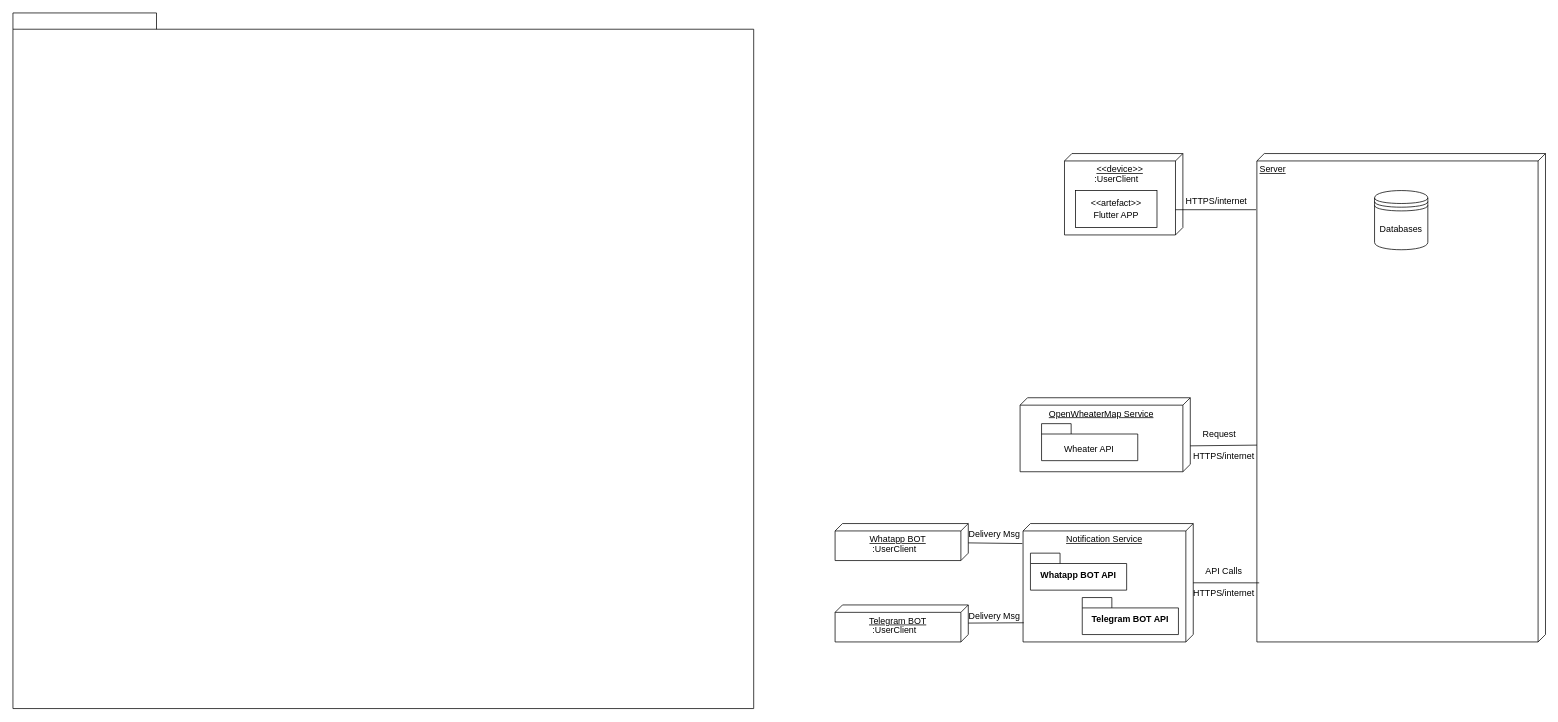
Before: Deployment-remindME.drawio in caturprasatya/TP-UML, a draw.io diagram. Source tidied: cells renumbered, new cells numbered last; positions are measured from the earlier drawing's top-left corner, leaving out a move shared by most shapes. Both pictures are drawn from the tidied source at 74%, with x=0, y=0 at pixel (13, 13).
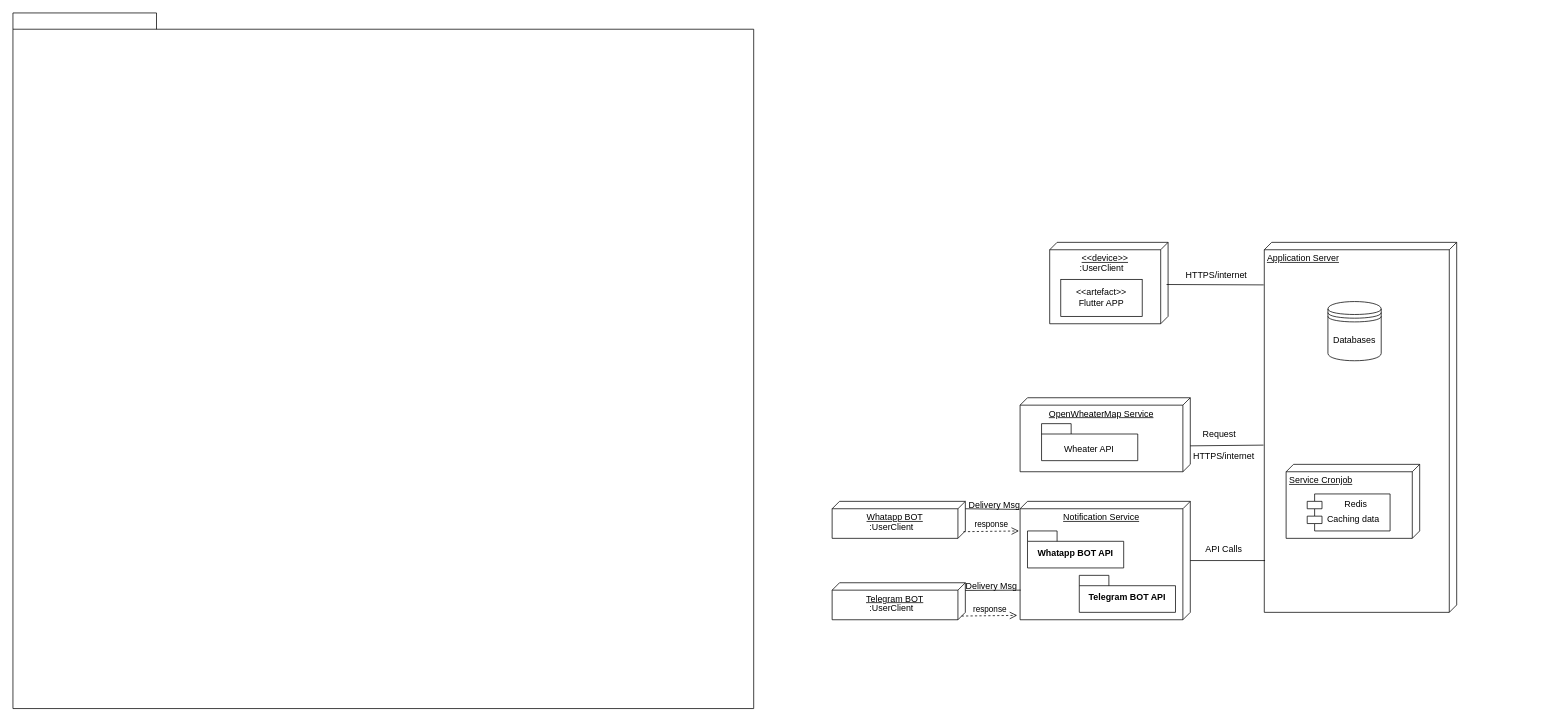
Above is the later version.

Commit message:
create service cronjob Deployment-remindME.drawio

Unchanged cells that the change refers to:
```xml
<mxCell id="23" value="OpenWheaterMap Service&lt;div&gt;&lt;br&gt;&lt;/div&gt;" style="verticalAlign=top;align=center;spacingTop=8;spacingLeft=2;spacingRight=12;shape=cube;size=10;direction=south;fontStyle=4;html=1;whiteSpace=wrap;" parent="1" vertex="1">
  <mxGeometry x="1361" y="520" width="230" height="100" as="geometry" />
</mxCell>
```

Change to the diagram source:
```diff
@@
-    <mxCell id="3" value="Server" style="verticalAlign=top;align=left;spacingTop=8;spacingLeft=2;spacingRight=12;shape=cube;size=10;direction=south;fontStyle=4;html=1;whiteSpace=wrap;" parent="1" vertex="1">
-      <mxGeometry x="1681" y="190" width="390" height="660" as="geometry" />
+    <mxCell id="3" value="Application Server" style="verticalAlign=top;align=left;spacingTop=8;spacingLeft=2;spacingRight=12;shape=cube;size=10;direction=south;fontStyle=4;html=1;whiteSpace=wrap;" parent="1" vertex="1">
+      <mxGeometry x="1691" y="310" width="260" height="500" as="geometry" />
     </mxCell>
     <mxCell id="4" value="&amp;lt;&amp;lt;device&amp;gt;&amp;gt;" style="verticalAlign=top;align=center;spacingTop=8;spacingLeft=2;spacingRight=12;shape=cube;size=10;direction=south;fontStyle=4;html=1;whiteSpace=wrap;" parent="1" vertex="1">
-      <mxGeometry x="1421" y="190" width="160" height="110" as="geometry" />
+      <mxGeometry x="1401" y="310" width="160" height="110" as="geometry" />
     </mxCell>
     <mxCell id="5" value=":UserClient" style="text;html=1;align=center;verticalAlign=middle;strokeColor=none;fillColor=none;" parent="1" vertex="1">
-      <mxGeometry x="1451" y="210" width="80" height="30" as="geometry" />
+      <mxGeometry x="1431" y="330" width="80" height="30" as="geometry" />
     </mxCell>
     <mxCell id="6" value="&amp;lt;&amp;lt;artefact&amp;gt;&amp;gt;&lt;div&gt;Flutter APP&lt;/div&gt;" style="html=1;whiteSpace=wrap;" parent="1" vertex="1">
-      <mxGeometry x="1436" y="240" width="110" height="50" as="geometry" />
+      <mxGeometry x="1416" y="360" width="110" height="50" as="geometry" />
     </mxCell>
-    <mxCell id="7" style="endArrow=none;html=1;rounded=0;entryX=0.69;entryY=0.063;entryDx=0;entryDy=0;entryPerimeter=0;exitX=0.115;exitY=1.003;exitDx=0;exitDy=0;exitPerimeter=0;" parent="1" edge="1" source="3" target="4">
+    <mxCell id="7" style="endArrow=none;html=1;rounded=0;exitX=0.115;exitY=1.003;exitDx=0;exitDy=0;exitPerimeter=0;entryX=0.518;entryY=0.013;entryDx=0;entryDy=0;entryPerimeter=0;" parent="1" edge="1" source="3" target="4">
       <mxGeometry relative="1" as="geometry" />
     </mxCell>
     <mxCell id="8" value="Notification Service" style="verticalAlign=top;align=center;spacingTop=8;spacingLeft=2;spacingRight=12;shape=cube;size=10;direction=south;fontStyle=4;html=1;whiteSpace=wrap;" parent="1" vertex="1">
-      <mxGeometry x="1365" y="690" width="230" height="160" as="geometry" />
+      <mxGeometry x="1361" y="660" width="230" height="160" as="geometry" />
     </mxCell>
     <mxCell id="9" value="Whatapp BOT API" style="shape=folder;fontStyle=1;spacingTop=10;tabWidth=40;tabHeight=14;tabPosition=left;html=1;whiteSpace=wrap;" parent="1" vertex="1">
-      <mxGeometry x="1375" y="730" width="130" height="50" as="geometry" />
+      <mxGeometry x="1371" y="700" width="130" height="50" as="geometry" />
     </mxCell>
     <mxCell id="10" value="Telegram BOT API" style="shape=folder;fontStyle=1;spacingTop=10;tabWidth=40;tabHeight=14;tabPosition=left;html=1;whiteSpace=wrap;" parent="1" vertex="1">
-      <mxGeometry x="1445" y="790" width="130" height="50" as="geometry" />
+      <mxGeometry x="1441" y="760" width="130" height="50" as="geometry" />
     </mxCell>
     <mxCell id="11" value="Whatapp BOT" style="verticalAlign=top;align=center;spacingTop=8;spacingLeft=2;spacingRight=12;shape=cube;size=10;direction=south;fontStyle=4;html=1;whiteSpace=wrap;" parent="1" vertex="1">
-      <mxGeometry x="1111" y="690" width="180" height="50" as="geometry" />
+      <mxGeometry x="1107" y="660" width="180" height="50" as="geometry" />
     </mxCell>
     <mxCell id="12" value=":UserClient" style="text;html=1;align=center;verticalAlign=middle;strokeColor=none;fillColor=none;" parent="1" vertex="1">
-      <mxGeometry x="1151" y="710" width="80" height="30" as="geometry" />
+      <mxGeometry x="1147" y="680" width="80" height="30" as="geometry" />
     </mxCell>
     <mxCell id="13" value="Telegram BOT" style="verticalAlign=top;align=center;spacingTop=8;spacingLeft=2;spacingRight=12;shape=cube;size=10;direction=south;fontStyle=4;html=1;whiteSpace=wrap;" parent="1" vertex="1">
-      <mxGeometry x="1111" y="800" width="180" height="50" as="geometry" />
+      <mxGeometry x="1107" y="770" width="180" height="50" as="geometry" />
     </mxCell>
     <mxCell id="14" value=":UserClient" style="text;html=1;align=center;verticalAlign=middle;strokeColor=none;fillColor=none;" parent="1" vertex="1">
-      <mxGeometry x="1151" y="820" width="80" height="30" as="geometry" />
+      <mxGeometry x="1147" y="790" width="80" height="30" as="geometry" />
     </mxCell>
     <mxCell id="15" value="Delivery Msg" style="text;html=1;align=center;verticalAlign=middle;strokeColor=none;fillColor=none;" parent="1" vertex="1">
-      <mxGeometry x="1281" y="800" width="90" height="30" as="geometry" />
+      <mxGeometry x="1277" y="760" width="90" height="30" as="geometry" />
     </mxCell>
-    <mxCell id="16" style="endArrow=none;html=1;rounded=0;exitX=0.838;exitY=0.996;exitDx=0;exitDy=0;exitPerimeter=0;" parent="1" edge="1" source="8" target="13">
-      <mxGeometry relative="1" as="geometry" />
+    <mxCell id="16" style="endArrow=none;html=1;rounded=0;exitX=0.838;exitY=0.996;exitDx=0;exitDy=0;exitPerimeter=0;" parent="1" edge="1">
+      <mxGeometry relative="1" as="geometry">
+        <mxPoint x="1361.9" y="780" as="sourcePoint" />
+        <mxPoint x="1287" y="780.4" as="targetPoint" />
+      </mxGeometry>
     </mxCell>
     <mxCell id="17" value="Delivery Msg" style="text;html=1;align=center;verticalAlign=middle;strokeColor=none;fillColor=none;" parent="1" vertex="1">
-      <mxGeometry x="1281" y="690" width="90" height="30" as="geometry" />
+      <mxGeometry x="1281" y="650" width="90" height="30" as="geometry" />
     </mxCell>
-    <mxCell id="18" style="endArrow=none;html=1;rounded=0;exitX=0.169;exitY=1.004;exitDx=0;exitDy=0;exitPerimeter=0;" parent="1" edge="1" source="8" target="11">
-      <mxGeometry relative="1" as="geometry" />
+    <mxCell id="18" style="endArrow=none;html=1;rounded=0;exitX=0.169;exitY=1.004;exitDx=0;exitDy=0;exitPerimeter=0;" parent="1" edge="1">
+      <mxGeometry relative="1" as="geometry">
+        <mxPoint x="1360.1" y="670.9" as="sourcePoint" />
+        <mxPoint x="1287" y="670" as="targetPoint" />
+      </mxGeometry>
     </mxCell>
-    <mxCell id="19" style="endArrow=none;html=1;rounded=0;exitX=0.879;exitY=0.992;exitDx=0;exitDy=0;exitPerimeter=0;" parent="1" edge="1" source="3" target="8">
+    <mxCell id="19" style="endArrow=none;html=1;rounded=0;exitX=0.86;exitY=0.996;exitDx=0;exitDy=0;exitPerimeter=0;" parent="1" edge="1" source="3" target="8">
       <mxGeometry relative="1" as="geometry" />
     </mxCell>
     <mxCell id="20" value="API Calls" style="text;html=1;align=center;verticalAlign=middle;strokeColor=none;fillColor=none;" parent="1" vertex="1">
-      <mxGeometry x="1601" y="740" width="70" height="30" as="geometry" />
+      <mxGeometry x="1601" y="710" width="70" height="30" as="geometry" />
     </mxCell>
     <mxCell id="21" value="Databases" style="shape=datastore;whiteSpace=wrap;html=1;" parent="1" vertex="1">
-      <mxGeometry x="1840" y="240" width="72" height="80" as="geometry" />
+      <mxGeometry x="1777" y="390" width="72" height="80" as="geometry" />
     </mxCell>
     <mxCell id="22" value="HTTPS/internet" style="text;html=1;align=center;verticalAlign=middle;strokeColor=none;fillColor=none;" parent="1" vertex="1">
-      <mxGeometry x="1571" y="240" width="110" height="30" as="geometry" />
+      <mxGeometry x="1571" y="340" width="110" height="30" as="geometry" />
     </mxCell>
@@
-    <mxCell id="26" value="HTTPS/internet" style="text;html=1;align=center;verticalAlign=middle;strokeColor=none;fillColor=none;" parent="1" vertex="1">
-      <mxGeometry x="1581" y="770" width="110" height="30" as="geometry" />
-    </mxCell>
-    <mxCell id="27" style="endArrow=none;html=1;rounded=0;exitX=0.65;exitY=0;exitDx=0;exitDy=0;exitPerimeter=0;entryX=0.597;entryY=1;entryDx=0;entryDy=0;entryPerimeter=0;" parent="1" edge="1" source="23" target="3">
+    <mxCell id="27" style="endArrow=none;html=1;rounded=0;exitX=0.65;exitY=0;exitDx=0;exitDy=0;exitPerimeter=0;entryX=0.548;entryY=1.004;entryDx=0;entryDy=0;entryPerimeter=0;" parent="1" edge="1" source="23" target="3">
       <mxGeometry relative="1" as="geometry" />
     </mxCell>
@@
+    <mxCell id="30" value="response" style="html=1;verticalAlign=bottom;endArrow=open;dashed=1;endSize=8;curved=0;rounded=0;entryX=0.963;entryY=1.017;entryDx=0;entryDy=0;entryPerimeter=0;exitX=0;exitY=0;exitDx=45;exitDy=5;exitPerimeter=0;" parent="1" edge="1" source="13" target="8">
+      <mxGeometry relative="1" as="geometry" />
+    </mxCell>
+    <mxCell id="31" value="response" style="html=1;verticalAlign=bottom;endArrow=open;dashed=1;endSize=8;curved=0;rounded=0;entryX=0.963;entryY=1.017;entryDx=0;entryDy=0;entryPerimeter=0;exitX=0;exitY=0;exitDx=45;exitDy=5;exitPerimeter=0;" parent="1" edge="1">
+      <mxGeometry relative="1" as="geometry">
+        <mxPoint x="1284.5" y="701" as="sourcePoint" />
+        <mxPoint x="1359.5" y="700" as="targetPoint" />
+      </mxGeometry>
+    </mxCell>
+    <mxCell id="32" value="Service Cronjob" style="verticalAlign=top;align=left;spacingTop=8;spacingLeft=2;spacingRight=12;shape=cube;size=10;direction=south;fontStyle=4;html=1;whiteSpace=wrap;" parent="1" vertex="1">
+      <mxGeometry x="1720.5" y="610" width="180.5" height="100" as="geometry" />
+    </mxCell>
+    <mxCell id="33" value="Redis" style="shape=module;align=left;spacingLeft=20;align=center;verticalAlign=top;whiteSpace=wrap;html=1;" parent="1" vertex="1">
+      <mxGeometry x="1749" y="650" width="112" height="50" as="geometry" />
+    </mxCell>
+    <mxCell id="34" value="Caching data" style="text;html=1;align=center;verticalAlign=middle;strokeColor=none;fillColor=none;" parent="1" vertex="1">
+      <mxGeometry x="1765.8" y="670" width="90" height="30" as="geometry" />
+    </mxCell>
```
